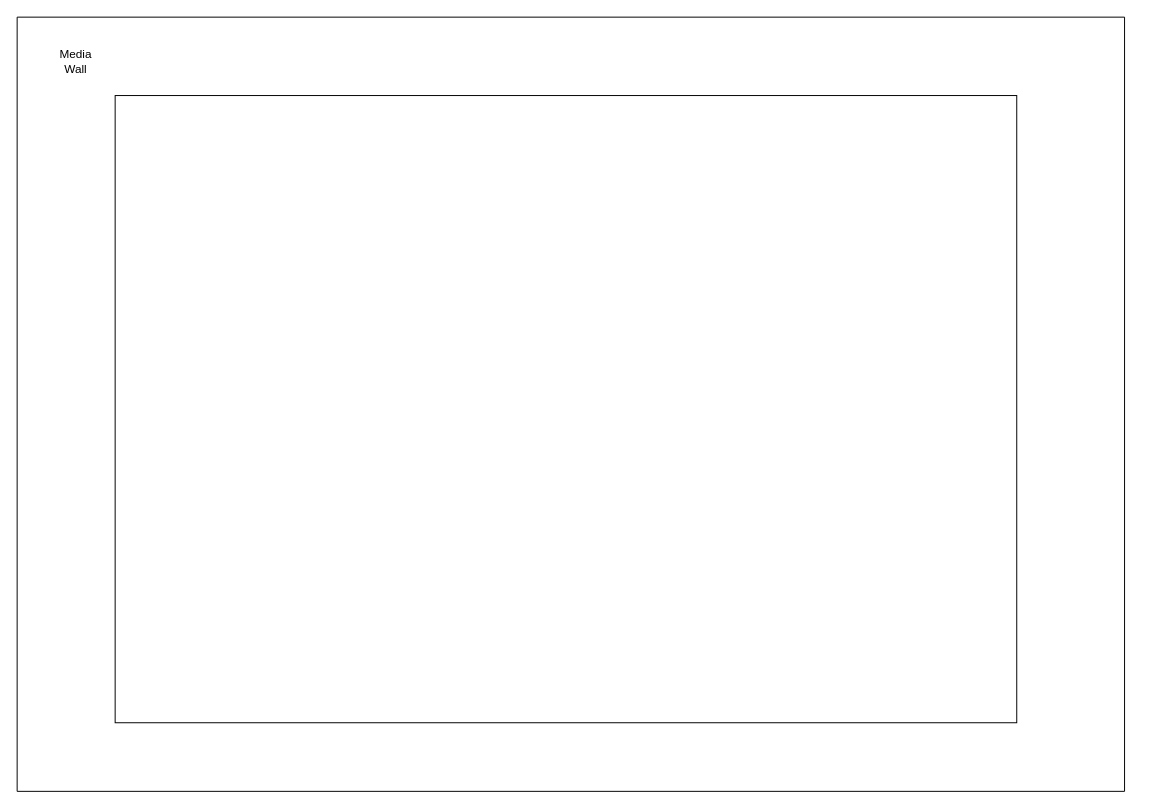
This is MediaWall.drawio from treganmorris/Diagrams, a draw.io file, before an edit. Source tidied: cells renumbered, new cells numbered last; positions are measured from the earlier drawing's top-left corner, leaving out a move shared by most shapes. Both pictures are drawn from the tidied source at 98%, with x=0, y=0 at pixel (17, 17).
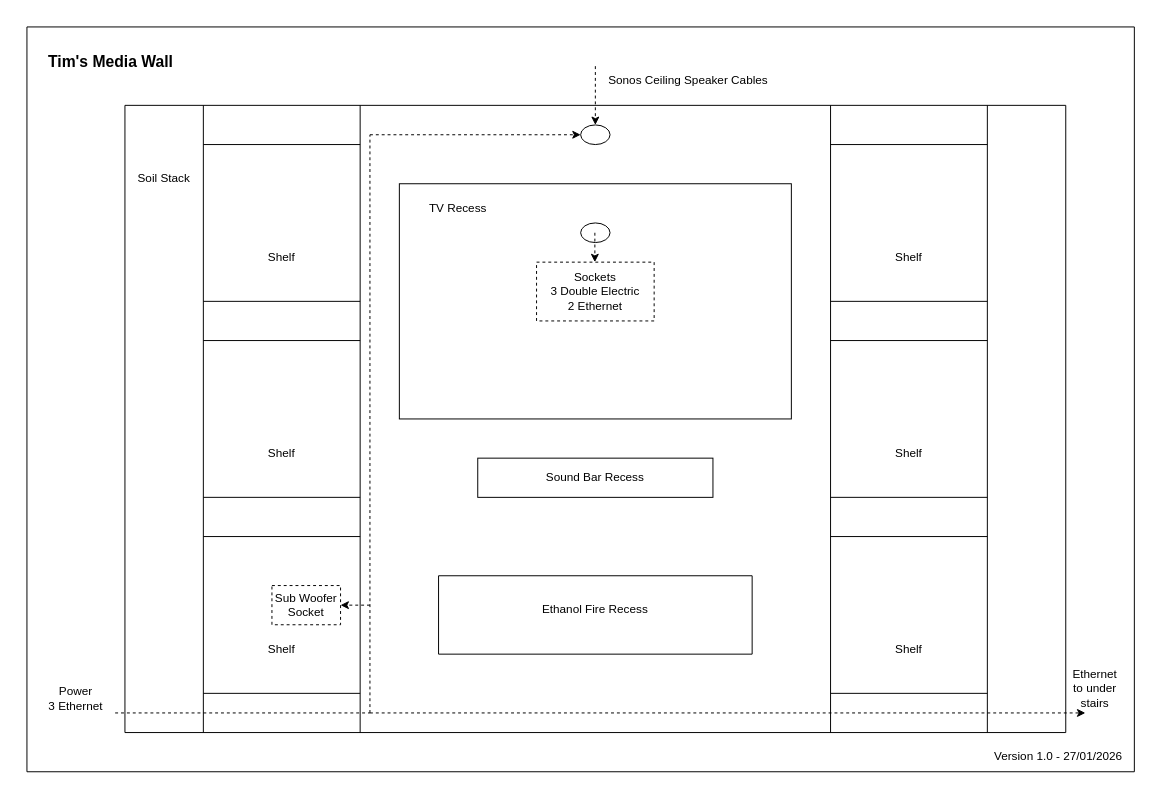
The same diagram, later.

Diff of the diagram source:
```diff
@@
     <mxCell id="2" style="endArrow=none;html=1;rounded=0;" parent="1" edge="1">
       <mxGeometry relative="1" as="geometry">
-        <mxPoint y="790" as="sourcePoint" />
-        <mxPoint x="1130" y="790" as="targetPoint" />
+        <mxPoint x="10" y="770" as="sourcePoint" />
+        <mxPoint x="1140" y="770" as="targetPoint" />
       </mxGeometry>
     </mxCell>
     <mxCell id="3" style="endArrow=none;html=1;rounded=0;" parent="1" edge="1">
       <mxGeometry relative="1" as="geometry">
-        <mxPoint y="790" as="sourcePoint" />
-        <mxPoint as="targetPoint" />
+        <mxPoint x="10" y="770" as="sourcePoint" />
+        <mxPoint x="10" y="10" as="targetPoint" />
       </mxGeometry>
     </mxCell>
     <mxCell id="4" style="endArrow=none;html=1;rounded=0;" parent="1" edge="1">
       <mxGeometry relative="1" as="geometry">
-        <mxPoint as="sourcePoint" />
-        <mxPoint x="1130" as="targetPoint" />
+        <mxPoint x="10" y="10" as="sourcePoint" />
+        <mxPoint x="1140" y="10" as="targetPoint" />
       </mxGeometry>
     </mxCell>
     <mxCell id="5" style="endArrow=none;html=1;rounded=0;" parent="1" edge="1">
       <mxGeometry relative="1" as="geometry">
-        <mxPoint x="1130" y="790" as="sourcePoint" />
-        <mxPoint x="1130" as="targetPoint" />
+        <mxPoint x="1140" y="770" as="sourcePoint" />
+        <mxPoint x="1140" y="10" as="targetPoint" />
       </mxGeometry>
     </mxCell>
-    <mxCell id="6" style="rounded=0;whiteSpace=wrap;html=1;" parent="1" vertex="1">
-      <mxGeometry x="100" y="80" width="920" height="640" as="geometry" />
-    </mxCell>
-    <mxCell id="7" value="Media Wall" style="text;html=1;whiteSpace=wrap;strokeColor=none;fillColor=none;align=center;verticalAlign=middle;rounded=0;" parent="1" vertex="1">
-      <mxGeometry x="30" y="30" width="60" height="30" as="geometry" />
+    <mxCell id="7" value="Tim's Media Wall" style="text;html=1;whiteSpace=wrap;strokeColor=none;fillColor=none;align=left;verticalAlign=middle;rounded=0;fontSize=16;fontStyle=1;" parent="1" vertex="1">
+      <mxGeometry x="30" y="30" width="180" height="30" as="geometry" />
     </mxCell>
+    <mxCell id="8" style="endArrow=none;html=1;rounded=0;" parent="1" edge="1">
+      <mxGeometry relative="1" as="geometry">
+        <mxPoint x="110" y="90" as="sourcePoint" />
+        <mxPoint x="1070" y="90" as="targetPoint" />
+      </mxGeometry>
+    </mxCell>
+    <mxCell id="9" style="endArrow=none;html=1;rounded=0;" parent="1" edge="1">
+      <mxGeometry relative="1" as="geometry">
+        <mxPoint x="110" y="730" as="sourcePoint" />
+        <mxPoint x="110" y="90" as="targetPoint" />
+      </mxGeometry>
+    </mxCell>
+    <mxCell id="10" style="endArrow=none;html=1;rounded=0;" parent="1" edge="1">
+      <mxGeometry relative="1" as="geometry">
+        <mxPoint x="190" y="730" as="sourcePoint" />
+        <mxPoint x="190" y="90" as="targetPoint" />
+      </mxGeometry>
+    </mxCell>
+    <mxCell id="11" style="endArrow=none;html=1;rounded=0;" parent="1" edge="1">
+      <mxGeometry relative="1" as="geometry">
+        <mxPoint x="1070" y="730" as="sourcePoint" />
+        <mxPoint x="1070" y="90" as="targetPoint" />
+      </mxGeometry>
+    </mxCell>
+    <mxCell id="12" style="endArrow=none;html=1;rounded=0;" parent="1" edge="1">
+      <mxGeometry relative="1" as="geometry">
+        <mxPoint x="990" y="730" as="sourcePoint" />
+        <mxPoint x="990" y="90" as="targetPoint" />
+      </mxGeometry>
+    </mxCell>
+    <mxCell id="13" style="endArrow=none;html=1;rounded=0;" parent="1" edge="1">
+      <mxGeometry relative="1" as="geometry">
+        <mxPoint x="110" y="730" as="sourcePoint" />
+        <mxPoint x="1070" y="730" as="targetPoint" />
+      </mxGeometry>
+    </mxCell>
+    <mxCell id="14" style="endArrow=none;html=1;rounded=0;" parent="1" edge="1">
+      <mxGeometry relative="1" as="geometry">
+        <mxPoint x="350" y="90" as="sourcePoint" />
+        <mxPoint x="350" y="730" as="targetPoint" />
+      </mxGeometry>
+    </mxCell>
+    <mxCell id="15" style="endArrow=none;html=1;rounded=0;" parent="1" edge="1">
+      <mxGeometry relative="1" as="geometry">
+        <mxPoint x="830" y="730" as="sourcePoint" />
+        <mxPoint x="830" y="90" as="targetPoint" />
+      </mxGeometry>
+    </mxCell>
+    <mxCell id="16" style="endArrow=none;html=1;rounded=0;" parent="1" edge="1">
+      <mxGeometry relative="1" as="geometry">
+        <mxPoint x="190" y="690" as="sourcePoint" />
+        <mxPoint x="350" y="690" as="targetPoint" />
+      </mxGeometry>
+    </mxCell>
+    <mxCell id="17" style="endArrow=none;html=1;rounded=0;" parent="1" edge="1">
+      <mxGeometry relative="1" as="geometry">
+        <mxPoint x="190" y="530" as="sourcePoint" />
+        <mxPoint x="350" y="530" as="targetPoint" />
+      </mxGeometry>
+    </mxCell>
+    <mxCell id="18" style="endArrow=none;html=1;rounded=0;" parent="1" edge="1">
+      <mxGeometry relative="1" as="geometry">
+        <mxPoint x="190" y="130" as="sourcePoint" />
+        <mxPoint x="350" y="130" as="targetPoint" />
+      </mxGeometry>
+    </mxCell>
+    <mxCell id="19" style="endArrow=none;html=1;rounded=0;" parent="1" edge="1">
+      <mxGeometry relative="1" as="geometry">
+        <mxPoint x="190" y="290" as="sourcePoint" />
+        <mxPoint x="350" y="290" as="targetPoint" />
+      </mxGeometry>
+    </mxCell>
+    <mxCell id="20" style="endArrow=none;html=1;rounded=0;" parent="1" edge="1">
+      <mxGeometry relative="1" as="geometry">
+        <mxPoint x="190" y="330" as="sourcePoint" />
+        <mxPoint x="350" y="330" as="targetPoint" />
+      </mxGeometry>
+    </mxCell>
+    <mxCell id="21" style="endArrow=none;html=1;rounded=0;" parent="1" edge="1">
+      <mxGeometry relative="1" as="geometry">
+        <mxPoint x="190" y="490" as="sourcePoint" />
+        <mxPoint x="350" y="490" as="targetPoint" />
+      </mxGeometry>
+    </mxCell>
+    <mxCell id="22" style="endArrow=none;html=1;rounded=0;" parent="1" edge="1">
+      <mxGeometry relative="1" as="geometry">
+        <mxPoint x="830" y="690" as="sourcePoint" />
+        <mxPoint x="990" y="690" as="targetPoint" />
+      </mxGeometry>
+    </mxCell>
+    <mxCell id="23" style="endArrow=none;html=1;rounded=0;" parent="1" edge="1">
+      <mxGeometry relative="1" as="geometry">
+        <mxPoint x="830" y="530" as="sourcePoint" />
+        <mxPoint x="990" y="530" as="targetPoint" />
+      </mxGeometry>
+    </mxCell>
+    <mxCell id="24" style="endArrow=none;html=1;rounded=0;" parent="1" edge="1">
+      <mxGeometry relative="1" as="geometry">
+        <mxPoint x="830" y="490" as="sourcePoint" />
+        <mxPoint x="990" y="490" as="targetPoint" />
+      </mxGeometry>
+    </mxCell>
+    <mxCell id="25" style="endArrow=none;html=1;rounded=0;" parent="1" edge="1">
+      <mxGeometry relative="1" as="geometry">
+        <mxPoint x="830" y="330" as="sourcePoint" />
+        <mxPoint x="990" y="330" as="targetPoint" />
+      </mxGeometry>
+    </mxCell>
+    <mxCell id="26" style="endArrow=none;html=1;rounded=0;" parent="1" edge="1">
+      <mxGeometry relative="1" as="geometry">
+        <mxPoint x="830" y="290" as="sourcePoint" />
+        <mxPoint x="990" y="290" as="targetPoint" />
+      </mxGeometry>
+    </mxCell>
+    <mxCell id="27" style="endArrow=none;html=1;rounded=0;" parent="1" edge="1">
+      <mxGeometry relative="1" as="geometry">
+        <mxPoint x="830" y="130" as="sourcePoint" />
+        <mxPoint x="990" y="130" as="targetPoint" />
+      </mxGeometry>
+    </mxCell>
+    <mxCell id="28" style="endArrow=none;html=1;rounded=0;" parent="1" edge="1">
+      <mxGeometry relative="1" as="geometry">
+        <mxPoint x="430" y="570" as="sourcePoint" />
+        <mxPoint x="750" y="570" as="targetPoint" />
+      </mxGeometry>
+    </mxCell>
+    <mxCell id="29" style="endArrow=none;html=1;rounded=0;" parent="1" edge="1">
+      <mxGeometry relative="1" as="geometry">
+        <mxPoint x="430" y="650" as="sourcePoint" />
+        <mxPoint x="430" y="570" as="targetPoint" />
+      </mxGeometry>
+    </mxCell>
+    <mxCell id="30" style="endArrow=none;html=1;rounded=0;" parent="1" edge="1">
+      <mxGeometry relative="1" as="geometry">
+        <mxPoint x="750" y="650" as="sourcePoint" />
+        <mxPoint x="750" y="570" as="targetPoint" />
+      </mxGeometry>
+    </mxCell>
+    <mxCell id="31" style="endArrow=none;html=1;rounded=0;" parent="1" edge="1">
+      <mxGeometry relative="1" as="geometry">
+        <mxPoint x="430" y="650" as="sourcePoint" />
+        <mxPoint x="750" y="650" as="targetPoint" />
+      </mxGeometry>
+    </mxCell>
+    <mxCell id="32" style="rounded=0;whiteSpace=wrap;html=1;" parent="1" vertex="1">
+      <mxGeometry x="470" y="450" width="240" height="40" as="geometry" />
+    </mxCell>
+    <mxCell id="33" style="rounded=0;whiteSpace=wrap;html=1;fillColor=none;" parent="1" vertex="1">
+      <mxGeometry x="390" y="170" width="400" height="240" as="geometry" />
+    </mxCell>
+    <mxCell id="34" value="Version 1.0 - 27/01/2026" style="text;html=1;whiteSpace=wrap;strokeColor=none;fillColor=none;align=right;verticalAlign=middle;rounded=0;" parent="1" vertex="1">
+      <mxGeometry x="910" y="740" width="220" height="30" as="geometry" />
+    </mxCell>
+    <mxCell id="35" value="TV Recess" style="text;html=1;whiteSpace=wrap;strokeColor=none;fillColor=none;align=center;verticalAlign=middle;rounded=0;" parent="1" vertex="1">
+      <mxGeometry x="400" y="180" width="100" height="30" as="geometry" />
+    </mxCell>
+    <mxCell id="36" value="Sound Bar Recess" style="text;html=1;whiteSpace=wrap;strokeColor=none;fillColor=none;align=center;verticalAlign=middle;rounded=0;" parent="1" vertex="1">
+      <mxGeometry x="510" y="455" width="160" height="30" as="geometry" />
+    </mxCell>
+    <mxCell id="37" value="Ethanol Fire Recess" style="text;html=1;whiteSpace=wrap;strokeColor=none;fillColor=none;align=center;verticalAlign=middle;rounded=0;" parent="1" vertex="1">
+      <mxGeometry x="505" y="590" width="170" height="30" as="geometry" />
+    </mxCell>
+    <mxCell id="38" value="Shelf" style="text;html=1;whiteSpace=wrap;strokeColor=none;fillColor=none;align=center;verticalAlign=middle;rounded=0;" parent="1" vertex="1">
+      <mxGeometry x="240" y="230" width="60" height="30" as="geometry" />
+    </mxCell>
+    <mxCell id="39" value="Shelf" style="text;html=1;whiteSpace=wrap;strokeColor=none;fillColor=none;align=center;verticalAlign=middle;rounded=0;" parent="1" vertex="1">
+      <mxGeometry x="240" y="430" width="60" height="30" as="geometry" />
+    </mxCell>
+    <mxCell id="40" value="Shelf" style="text;html=1;whiteSpace=wrap;strokeColor=none;fillColor=none;align=center;verticalAlign=middle;rounded=0;" parent="1" vertex="1">
+      <mxGeometry x="240" y="630" width="60" height="30" as="geometry" />
+    </mxCell>
+    <mxCell id="41" value="Shelf" style="text;html=1;whiteSpace=wrap;strokeColor=none;fillColor=none;align=center;verticalAlign=middle;rounded=0;" parent="1" vertex="1">
+      <mxGeometry x="880" y="230" width="60" height="30" as="geometry" />
+    </mxCell>
+    <mxCell id="42" value="Shelf" style="text;html=1;whiteSpace=wrap;strokeColor=none;fillColor=none;align=center;verticalAlign=middle;rounded=0;" parent="1" vertex="1">
+      <mxGeometry x="880" y="430" width="60" height="30" as="geometry" />
+    </mxCell>
+    <mxCell id="43" value="Shelf" style="text;html=1;whiteSpace=wrap;strokeColor=none;fillColor=none;align=center;verticalAlign=middle;rounded=0;" parent="1" vertex="1">
+      <mxGeometry x="880" y="630" width="60" height="30" as="geometry" />
+    </mxCell>
+    <mxCell id="44" value="Soil Stack" style="text;html=1;whiteSpace=wrap;strokeColor=none;fillColor=none;align=center;verticalAlign=middle;rounded=0;" parent="1" vertex="1">
+      <mxGeometry x="120" y="150" width="60" height="30" as="geometry" />
+    </mxCell>
+    <mxCell id="45" style="endArrow=classic;html=1;rounded=0;" parent="1" edge="1" source="47">
+      <mxGeometry relative="1" as="geometry">
+        <mxPoint x="590" y="130" as="targetPoint" />
+      </mxGeometry>
+    </mxCell>
+    <mxCell id="46" value="&lt;div&gt;Sockets&lt;/div&gt;3 Double Electric&lt;div&gt;2 Ethernet&lt;/div&gt;" style="rounded=0;whiteSpace=wrap;html=1;dashed=1;" parent="1" vertex="1">
+      <mxGeometry x="530" y="250" width="120" height="60" as="geometry" />
+    </mxCell>
+    <mxCell id="47" style="ellipse;whiteSpace=wrap;html=1;" parent="1" vertex="1">
+      <mxGeometry x="575" y="110" width="30" height="20" as="geometry" />
+    </mxCell>
+    <mxCell id="48" style="endArrow=classic;html=1;rounded=0;dashed=1;" parent="1" edge="1" target="47">
+      <mxGeometry relative="1" as="geometry">
+        <mxPoint x="590" y="50" as="sourcePoint" />
+      </mxGeometry>
+    </mxCell>
+    <mxCell id="49" style="ellipse;whiteSpace=wrap;html=1;" parent="1" vertex="1">
+      <mxGeometry x="575" y="210" width="30" height="20" as="geometry" />
+    </mxCell>
+    <mxCell id="50" style="endArrow=classic;html=1;rounded=0;dashed=1;" parent="1" edge="1">
+      <mxGeometry relative="1" as="geometry">
+        <mxPoint x="589.5" y="220" as="sourcePoint" />
+        <mxPoint x="589.5" y="250" as="targetPoint" />
+      </mxGeometry>
+    </mxCell>
+    <mxCell id="51" value="Sonos Ceiling Speaker Cables" style="text;html=1;whiteSpace=wrap;strokeColor=none;fillColor=none;align=center;verticalAlign=middle;rounded=0;" parent="1" vertex="1">
+      <mxGeometry x="590" y="50" width="190" height="30" as="geometry" />
+    </mxCell>
+    <mxCell id="52" style="endArrow=none;dashed=1;html=1;rounded=0;" parent="1" edge="1">
+      <mxGeometry relative="1" as="geometry">
+        <mxPoint x="100" y="710" as="sourcePoint" />
+        <mxPoint x="360" y="710" as="targetPoint" />
+      </mxGeometry>
+    </mxCell>
+    <mxCell id="53" style="endArrow=none;dashed=1;html=1;rounded=0;" parent="1" edge="1">
+      <mxGeometry relative="1" as="geometry">
+        <mxPoint x="360" y="710" as="sourcePoint" />
+        <mxPoint x="360" y="120" as="targetPoint" />
+      </mxGeometry>
+    </mxCell>
+    <mxCell id="54" value="Power&lt;div&gt;3 Ethernet&lt;/div&gt;" style="text;html=1;whiteSpace=wrap;strokeColor=none;fillColor=none;align=center;verticalAlign=middle;rounded=0;" parent="1" vertex="1">
+      <mxGeometry x="30" y="680" width="60" height="30" as="geometry" />
+    </mxCell>
+    <mxCell id="55" style="endArrow=classic;html=1;rounded=0;entryX=0;entryY=0.5;entryDx=0;entryDy=0;dashed=1;" parent="1" edge="1" target="47">
+      <mxGeometry relative="1" as="geometry">
+        <mxPoint x="360" y="120" as="sourcePoint" />
+      </mxGeometry>
+    </mxCell>
+    <mxCell id="56" style="endArrow=classic;dashed=1;html=1;rounded=0;strokeColor=default;startArrow=none;startFill=0;endFill=1;" parent="1" edge="1">
+      <mxGeometry relative="1" as="geometry">
+        <mxPoint x="360" y="710" as="sourcePoint" />
+        <mxPoint x="1090" y="710" as="targetPoint" />
+      </mxGeometry>
+    </mxCell>
+    <mxCell id="57" value="Ethernet to under stairs" style="text;html=1;whiteSpace=wrap;strokeColor=none;fillColor=none;align=center;verticalAlign=middle;rounded=0;" parent="1" vertex="1">
+      <mxGeometry x="1070" y="670" width="60" height="30" as="geometry" />
+    </mxCell>
+    <mxCell id="58" value="Sub Woofer&lt;div&gt;Socket&lt;/div&gt;" style="rounded=0;whiteSpace=wrap;html=1;dashed=1;" parent="1" vertex="1">
+      <mxGeometry x="260" y="580" width="70" height="40" as="geometry" />
+    </mxCell>
+    <mxCell id="59" style="endArrow=classic;html=1;rounded=0;dashed=1;" parent="1" edge="1" target="58">
+      <mxGeometry relative="1" as="geometry">
+        <mxPoint x="360" y="600" as="sourcePoint" />
+      </mxGeometry>
+    </mxCell>
```
